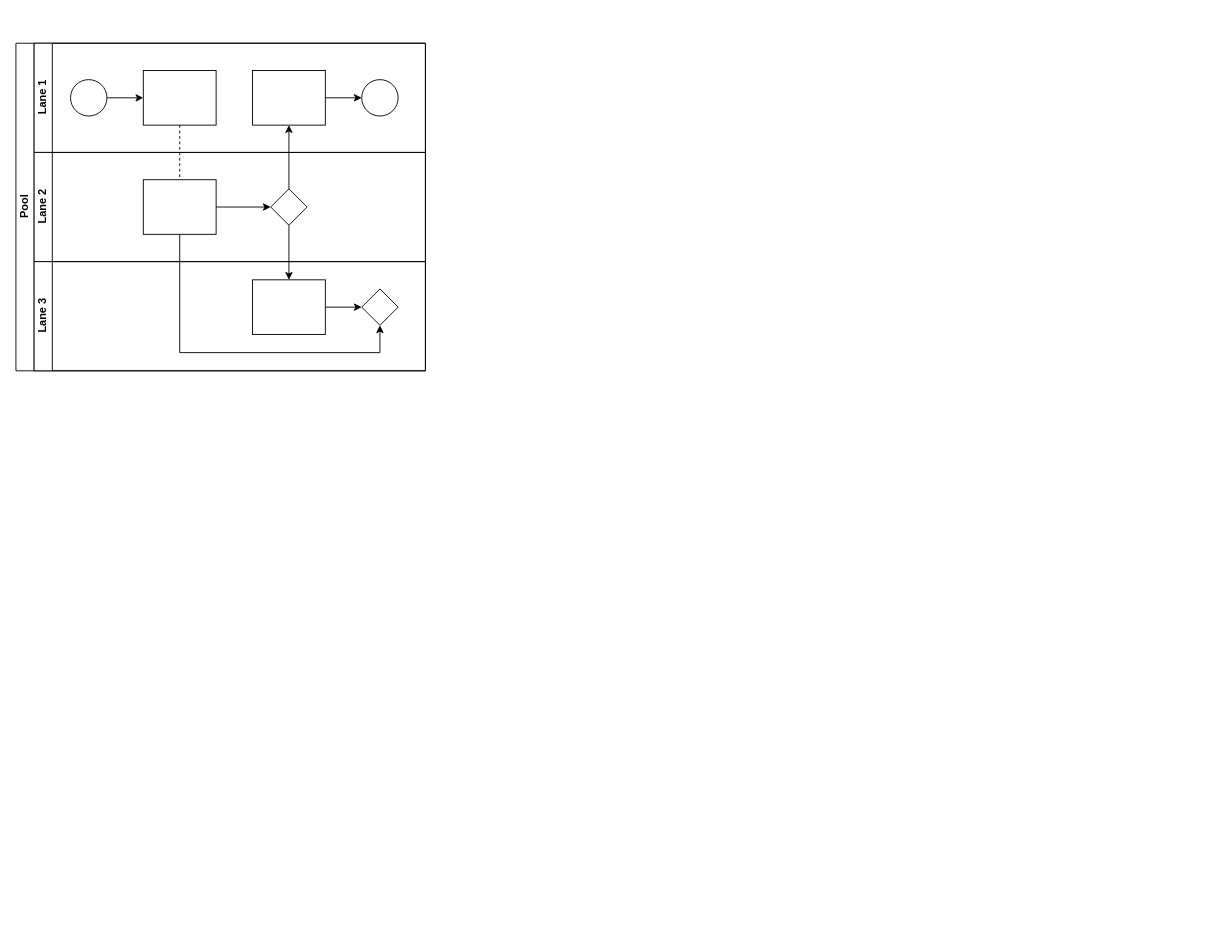
This is Untitled Diagram.drawio from tzforster/great-suppository-name, a draw.io file, before an edit. Source tidied: cells renumbered, new cells numbered last; positions are measured from the earlier drawing's top-left corner, leaving out a move shared by most shapes. Both pictures are drawn from the tidied source at 91%, with x=0, y=0 at pixel (15, 43).
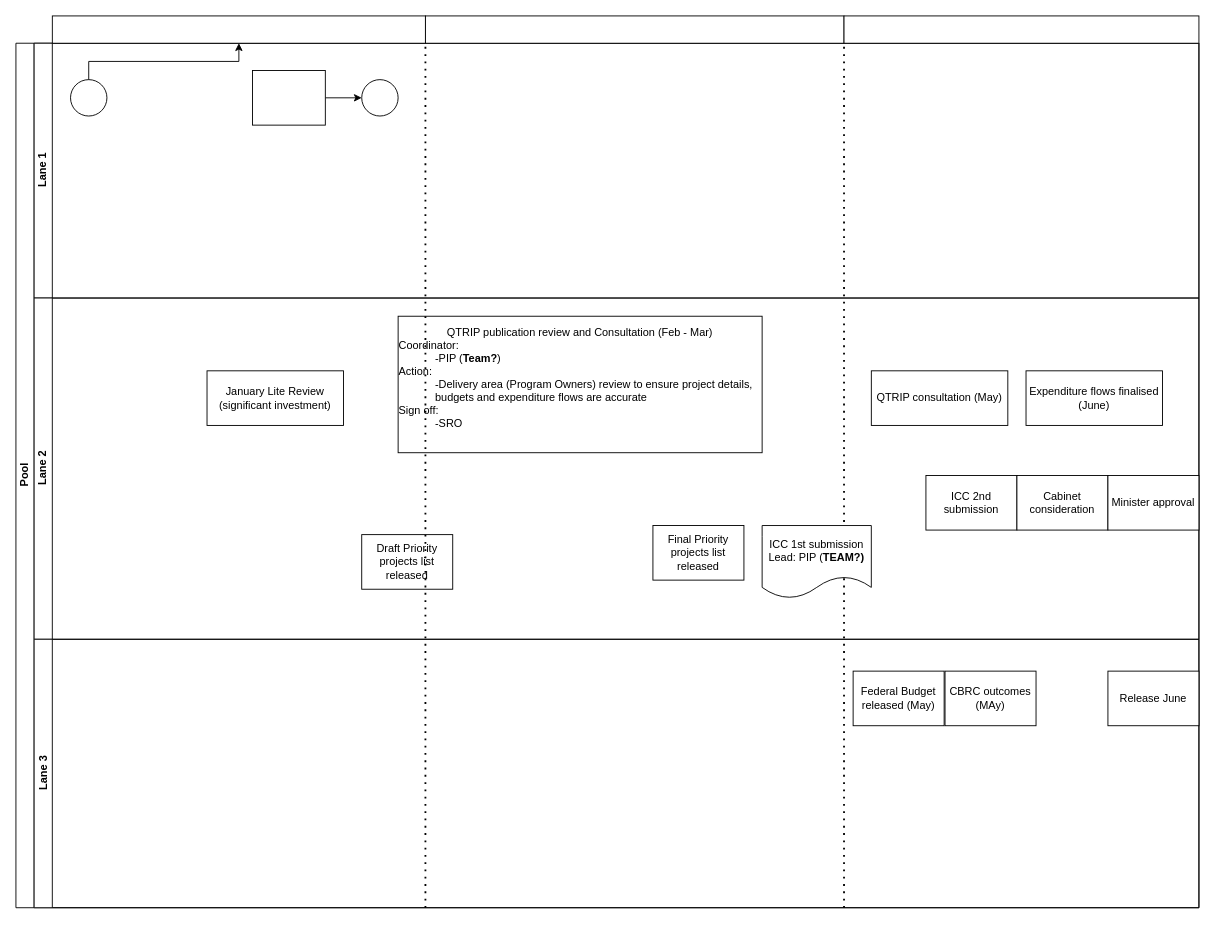
After the change.

The change refers to these unchanged cells:
```xml
<mxCell id="9" style="ellipse;whiteSpace=wrap;html=1;" parent="7" vertex="1">
  <mxGeometry x="40" y="40" width="40" height="40" as="geometry" />
</mxCell>
<mxCell id="12" style="rounded=0;whiteSpace=wrap;html=1;fontFamily=Helvetica;fontSize=12;fontColor=#000000;align=center;" parent="7" vertex="1">
  <mxGeometry x="240" y="30" width="80" height="60" as="geometry" />
</mxCell>
```

The edit, as a diff of the source:
```diff
@@
     <mxCell id="2" value="Pool" style="swimlane;html=1;horizontal=0;startSize=20;" parent="1" vertex="1">
-      <mxGeometry width="450" height="360" as="geometry" />
+      <mxGeometry width="1300" height="950" as="geometry" />
     </mxCell>
-    <mxCell id="3" style="edgeStyle=orthogonalEdgeStyle;rounded=0;jettySize=auto;html=1;dashed=1;endArrow=none;endFill=0;" parent="2" edge="1" source="10" target="16">
-      <mxGeometry relative="1" as="geometry" />
-    </mxCell>
-    <mxCell id="4" style="edgeStyle=orthogonalEdgeStyle;rounded=0;jettySize=auto;html=1;endArrow=classic;endFill=1;" parent="2" edge="1" source="17" target="12">
-      <mxGeometry relative="1" as="geometry" />
-    </mxCell>
-    <mxCell id="5" style="edgeStyle=orthogonalEdgeStyle;rounded=0;jettySize=auto;html=1;endArrow=classic;endFill=1;" parent="2" edge="1" source="17" target="20">
-      <mxGeometry relative="1" as="geometry" />
-    </mxCell>
-    <mxCell id="6" style="edgeStyle=orthogonalEdgeStyle;rounded=0;jettySize=auto;html=1;endArrow=classic;endFill=1;" parent="2" edge="1" source="16" target="21">
-      <mxGeometry relative="1" as="geometry">
-        <Array as="points">
-          <mxPoint x="180" y="340" />
-          <mxPoint x="400" y="340" />
-        </Array>
-      </mxGeometry>
-    </mxCell>
     <mxCell id="7" value="Lane 1" style="swimlane;html=1;startSize=20;horizontal=0;" parent="2" vertex="1">
-      <mxGeometry x="20" width="430" height="120" as="geometry" />
+      <mxGeometry x="20" width="1280" height="280" as="geometry" />
     </mxCell>
-    <mxCell id="8" style="edgeStyle=orthogonalEdgeStyle;rounded=0;jettySize=auto;html=1;" parent="7" edge="1" source="9" target="10">
-      <mxGeometry relative="1" as="geometry" />
-    </mxCell>
@@
-    <mxCell id="10" style="rounded=0;whiteSpace=wrap;html=1;fontFamily=Helvetica;fontSize=12;fontColor=#000000;align=center;" parent="7" vertex="1">
-      <mxGeometry x="120" y="30" width="80" height="60" as="geometry" />
-    </mxCell>
@@
+    <mxCell id="22" style="endArrow=none;dashed=1;html=1;dashPattern=1 3;strokeWidth=2;rounded=0;entryX=0;entryY=1;entryDx=0;entryDy=0;" parent="7" edge="1">
+      <mxGeometry relative="1" as="geometry">
+        <mxPoint x="890" y="950" as="sourcePoint" />
+        <mxPoint x="890" y="-10" as="targetPoint" />
+      </mxGeometry>
+    </mxCell>
     <mxCell id="14" value="Lane 2" style="swimlane;html=1;startSize=20;horizontal=0;" parent="2" vertex="1">
-      <mxGeometry x="20" y="120" width="430" height="120" as="geometry" />
+      <mxGeometry x="20" y="280" width="1280" height="375" as="geometry" />
     </mxCell>
-    <mxCell id="15" style="edgeStyle=orthogonalEdgeStyle;rounded=0;jettySize=auto;html=1;endArrow=classic;endFill=1;" parent="14" edge="1" source="16" target="17">
-      <mxGeometry relative="1" as="geometry" />
-    </mxCell>
-    <mxCell id="16" style="rounded=0;whiteSpace=wrap;html=1;fontFamily=Helvetica;fontSize=12;fontColor=#000000;align=center;" parent="14" vertex="1">
-      <mxGeometry x="120" y="30" width="80" height="60" as="geometry" />
-    </mxCell>
-    <mxCell id="17" style="rhombus;whiteSpace=wrap;html=1;fontFamily=Helvetica;fontSize=12;fontColor=#000000;align=center;" parent="14" vertex="1">
-      <mxGeometry x="260" y="40" width="40" height="40" as="geometry" />
-    </mxCell>
+    <mxCell id="23" value="January Lite Review (significant investment)" style="rounded=0;whiteSpace=wrap;html=1;" parent="14" vertex="1">
+      <mxGeometry x="190" y="80" width="150" height="60" as="geometry" />
+    </mxCell>
+    <mxCell id="24" value="QTRIP publication review and Consultation (Feb - Mar)&lt;br&gt;&lt;div style=&quot;text-align: left;&quot;&gt;&lt;div&gt;&lt;span style=&quot;background-color: initial;&quot;&gt;Coordinator:&lt;/span&gt;&lt;/div&gt;&lt;/div&gt;&lt;blockquote style=&quot;margin: 0 0 0 40px; border: none; padding: 0px;&quot;&gt;&lt;div style=&quot;text-align: left;&quot;&gt;&lt;div&gt;&lt;span style=&quot;background-color: initial;&quot;&gt;-PIP (&lt;/span&gt;&lt;b style=&quot;background-color: initial;&quot;&gt;Team?&lt;/b&gt;&lt;span style=&quot;background-color: initial;&quot;&gt;)&lt;/span&gt;&lt;/div&gt;&lt;/div&gt;&lt;/blockquote&gt;&lt;div style=&quot;text-align: left;&quot;&gt;&lt;span style=&quot;background-color: initial;&quot;&gt;Action:&lt;/span&gt;&lt;/div&gt;&lt;blockquote style=&quot;margin: 0 0 0 40px; border: none; padding: 0px;&quot;&gt;&lt;div style=&quot;text-align: left;&quot;&gt;&lt;span style=&quot;background-color: initial;&quot;&gt;-Delivery area (Program Owners) review to ensure project details, budgets and expenditure flows are accurate&amp;nbsp;&lt;/span&gt;&lt;/div&gt;&lt;/blockquote&gt;&lt;div style=&quot;text-align: left;&quot;&gt;&lt;span style=&quot;background-color: initial;&quot;&gt;Sign off:&lt;/span&gt;&lt;/div&gt;&lt;blockquote style=&quot;margin: 0 0 0 40px; border: none; padding: 0px;&quot;&gt;&lt;div style=&quot;text-align: left;&quot;&gt;&lt;span style=&quot;background-color: initial;&quot;&gt;-SRO&lt;/span&gt;&lt;/div&gt;&lt;/blockquote&gt;&lt;div style=&quot;text-align: left;&quot;&gt;&lt;br&gt;&lt;/div&gt;" style="rounded=0;whiteSpace=wrap;html=1;" parent="14" vertex="1">
+      <mxGeometry x="400" y="20" width="400" height="150" as="geometry" />
+    </mxCell>
+    <mxCell id="25" value="Draft Priority projects list released" style="rounded=0;whiteSpace=wrap;html=1;" parent="14" vertex="1">
+      <mxGeometry x="360" y="260" width="100" height="60" as="geometry" />
+    </mxCell>
+    <mxCell id="26" value="Final Priority projects list released" style="rounded=0;whiteSpace=wrap;html=1;" parent="14" vertex="1">
+      <mxGeometry x="680" y="250" width="100" height="60" as="geometry" />
+    </mxCell>
+    <mxCell id="27" value="QTRIP consultation (May)" style="rounded=0;whiteSpace=wrap;html=1;" parent="14" vertex="1">
+      <mxGeometry x="920" y="80" width="150" height="60" as="geometry" />
+    </mxCell>
+    <mxCell id="28" value="Expenditure flows finalised (June)" style="rounded=0;whiteSpace=wrap;html=1;" parent="14" vertex="1">
+      <mxGeometry x="1090" y="80" width="150" height="60" as="geometry" />
+    </mxCell>
+    <mxCell id="29" value="ICC 2nd submission" style="rounded=0;whiteSpace=wrap;html=1;" parent="14" vertex="1">
+      <mxGeometry x="980" y="195" width="100" height="60" as="geometry" />
+    </mxCell>
+    <mxCell id="30" value="Cabinet consideration" style="rounded=0;whiteSpace=wrap;html=1;" parent="14" vertex="1">
+      <mxGeometry x="1080" y="195" width="100" height="60" as="geometry" />
+    </mxCell>
+    <mxCell id="31" value="Minister approval" style="rounded=0;whiteSpace=wrap;html=1;" parent="14" vertex="1">
+      <mxGeometry x="1180" y="195" width="100" height="60" as="geometry" />
+    </mxCell>
+    <mxCell id="32" value="ICC 1st submission&lt;br&gt;Lead: PIP (&lt;b&gt;TEAM?)&lt;/b&gt;" style="shape=document;whiteSpace=wrap;html=1;boundedLbl=1;" parent="14" vertex="1">
+      <mxGeometry x="800" y="250" width="120" height="80" as="geometry" />
+    </mxCell>
     <mxCell id="18" value="Lane 3" style="swimlane;html=1;startSize=20;horizontal=0;" parent="2" vertex="1">
-      <mxGeometry x="20" y="240" width="430" height="120" as="geometry" />
+      <mxGeometry x="20" y="655" width="1280" height="295" as="geometry" />
     </mxCell>
-    <mxCell id="19" style="edgeStyle=orthogonalEdgeStyle;rounded=0;jettySize=auto;html=1;endArrow=classic;endFill=1;" parent="18" edge="1" source="20" target="21">
-      <mxGeometry relative="1" as="geometry" />
-    </mxCell>
-    <mxCell id="20" style="rounded=0;whiteSpace=wrap;html=1;fontFamily=Helvetica;fontSize=12;fontColor=#000000;align=center;" parent="18" vertex="1">
-      <mxGeometry x="240" y="20" width="80" height="60" as="geometry" />
-    </mxCell>
-    <mxCell id="21" style="rhombus;whiteSpace=wrap;html=1;fontFamily=Helvetica;fontSize=12;fontColor=#000000;align=center;" parent="18" vertex="1">
-      <mxGeometry x="360" y="30" width="40" height="40" as="geometry" />
-    </mxCell>
+    <mxCell id="33" value="Federal Budget released (May)" style="rounded=0;whiteSpace=wrap;html=1;" parent="18" vertex="1">
+      <mxGeometry x="900" y="35" width="100" height="60" as="geometry" />
+    </mxCell>
+    <mxCell id="34" value="CBRC outcomes (MAy)" style="rounded=0;whiteSpace=wrap;html=1;" parent="18" vertex="1">
+      <mxGeometry x="1001" y="35" width="100" height="60" as="geometry" />
+    </mxCell>
+    <mxCell id="35" value="Release June" style="rounded=0;whiteSpace=wrap;html=1;" parent="1" vertex="1">
+      <mxGeometry x="1200" y="690" width="100" height="60" as="geometry" />
+    </mxCell>
+    <mxCell id="10" style="rounded=0;whiteSpace=wrap;html=1;fontFamily=Helvetica;fontSize=12;fontColor=#000000;align=center;" parent="1" vertex="1">
+      <mxGeometry x="40" y="-30" width="410" height="30" as="geometry" />
+    </mxCell>
+    <mxCell id="8" style="edgeStyle=orthogonalEdgeStyle;rounded=0;jettySize=auto;html=1;" parent="1" edge="1" source="9" target="10">
+      <mxGeometry relative="1" as="geometry" />
+    </mxCell>
+    <mxCell id="36" style="rounded=0;whiteSpace=wrap;html=1;fontFamily=Helvetica;fontSize=12;fontColor=#000000;align=center;" parent="1" vertex="1">
+      <mxGeometry x="450" y="-30" width="460" height="30" as="geometry" />
+    </mxCell>
+    <mxCell id="37" style="rounded=0;whiteSpace=wrap;html=1;fontFamily=Helvetica;fontSize=12;fontColor=#000000;align=center;" parent="1" vertex="1">
+      <mxGeometry x="910" y="-30" width="390" height="30" as="geometry" />
+    </mxCell>
+    <mxCell id="38" style="endArrow=none;dashed=1;html=1;dashPattern=1 3;strokeWidth=2;rounded=0;entryX=0;entryY=1;entryDx=0;entryDy=0;" parent="1" edge="1" target="36">
+      <mxGeometry relative="1" as="geometry">
+        <mxPoint x="450" y="950" as="sourcePoint" />
+      </mxGeometry>
+    </mxCell>
```
